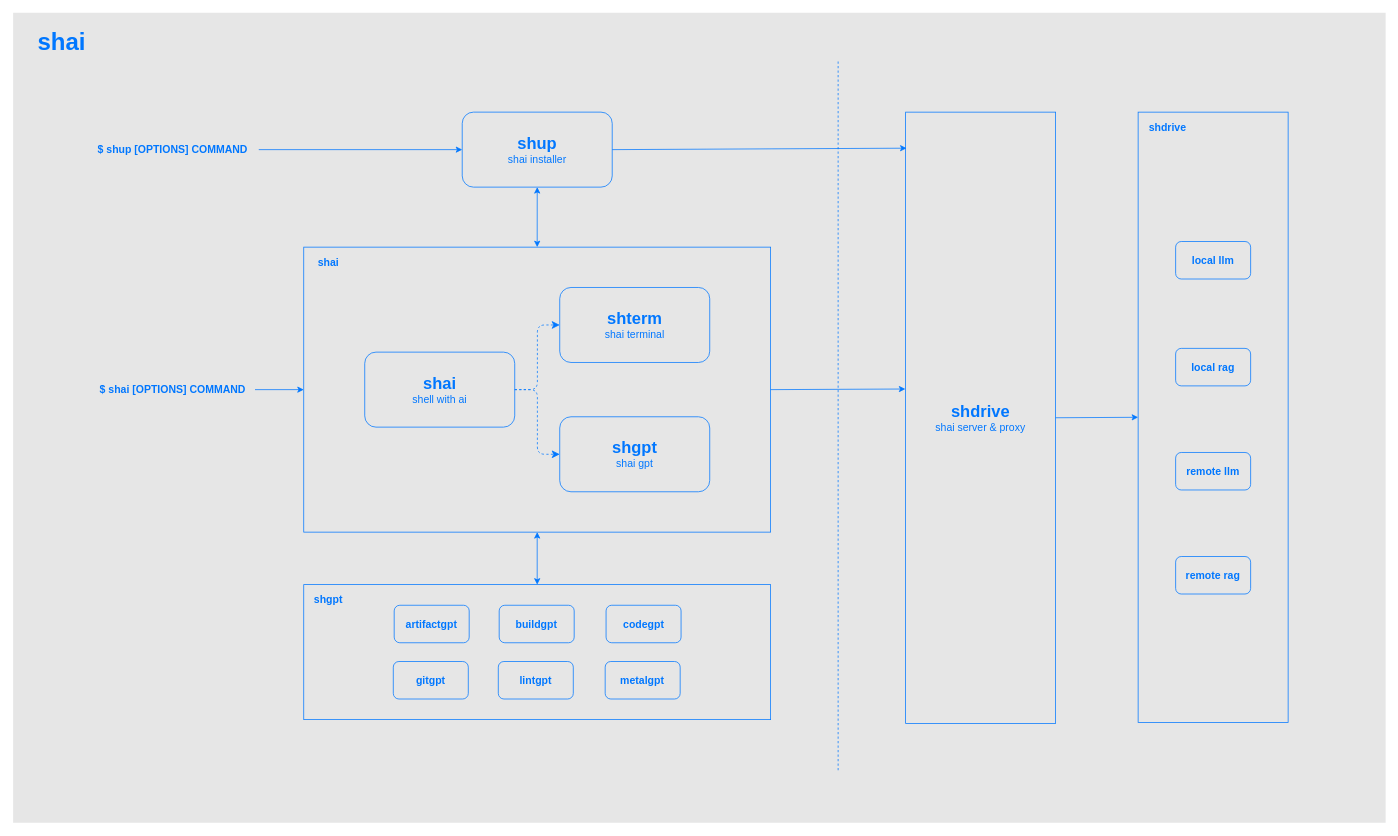
This is profile/arch.drawio from ai-flowx/.github, a draw.io file, before an edit. Source tidied: cells renumbered, new cells numbered last; positions are measured from the earlier drawing's top-left corner, leaving out a move shared by most shapes. Both pictures are drawn from the tidied source at 75%, with x=0, y=0 at pixel (13, 12).
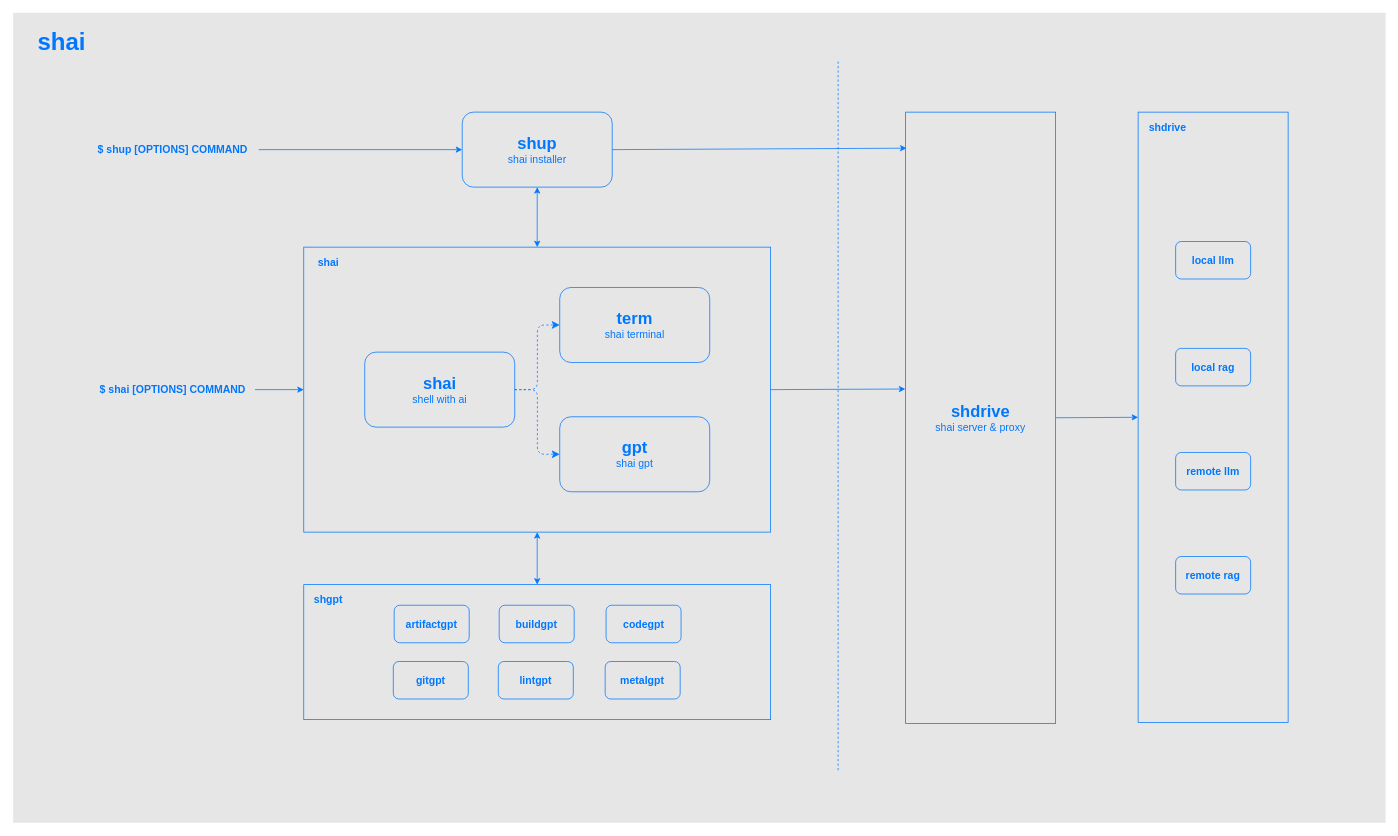
Above is the later version.

Commit message (it also covers changes not shown here):
docs(profile): update arch files

What changed in the source:
```diff
@@
-    <mxCell id="11" value="&lt;span style=&quot;border-color: var(--border-color); color: rgb(0, 119, 255); font-weight: bold; font-size: 22px;&quot;&gt;shterm&lt;/span&gt;&lt;br style=&quot;border-color: var(--border-color); color: rgb(0, 119, 255);&quot;&gt;&lt;font style=&quot;border-color: var(--border-color); color: rgb(0, 119, 255); font-size: 14px;&quot;&gt;shai terminal&lt;/font&gt;&lt;font color=&quot;#0077ff&quot; style=&quot;&quot;&gt;&lt;br&gt;&lt;/font&gt;" style="rounded=1;whiteSpace=wrap;html=1;strokeColor=#0077FF;fillColor=none;shadow=0;" parent="1" vertex="1">
+    <mxCell id="11" value="&lt;span style=&quot;border-color: var(--border-color); color: rgb(0, 119, 255); font-weight: bold; font-size: 22px;&quot;&gt;term&lt;/span&gt;&lt;br style=&quot;border-color: var(--border-color); color: rgb(0, 119, 255);&quot;&gt;&lt;font style=&quot;border-color: var(--border-color); color: rgb(0, 119, 255); font-size: 14px;&quot;&gt;shai terminal&lt;/font&gt;&lt;font color=&quot;#0077ff&quot; style=&quot;&quot;&gt;&lt;br&gt;&lt;/font&gt;" style="rounded=1;whiteSpace=wrap;html=1;strokeColor=#0077FF;fillColor=none;shadow=0;" parent="1" vertex="1">
       <mxGeometry x="728.8" y="366.8" width="200" height="100" as="geometry" />
     </mxCell>
@@
-    <mxCell id="31" value="&lt;font color=&quot;#0077ff&quot; style=&quot;&quot;&gt;&lt;span style=&quot;font-weight: bold; font-size: 22px;&quot;&gt;shgpt&lt;/span&gt;&lt;br&gt;&lt;font style=&quot;font-size: 14px;&quot;&gt;shai gpt&lt;/font&gt;&lt;br&gt;&lt;/font&gt;" style="rounded=1;whiteSpace=wrap;html=1;strokeColor=#0077FF;fillColor=none;shadow=0;" parent="1" vertex="1">
+    <mxCell id="31" value="&lt;font color=&quot;#0077ff&quot; style=&quot;&quot;&gt;&lt;span style=&quot;font-weight: bold; font-size: 22px;&quot;&gt;gpt&lt;/span&gt;&lt;br&gt;&lt;font style=&quot;font-size: 14px;&quot;&gt;shai gpt&lt;/font&gt;&lt;br&gt;&lt;/font&gt;" style="rounded=1;whiteSpace=wrap;html=1;strokeColor=#0077FF;fillColor=none;shadow=0;" parent="1" vertex="1">
       <mxGeometry x="728.8" y="539.2" width="200" height="100" as="geometry" />
     </mxCell>
```
